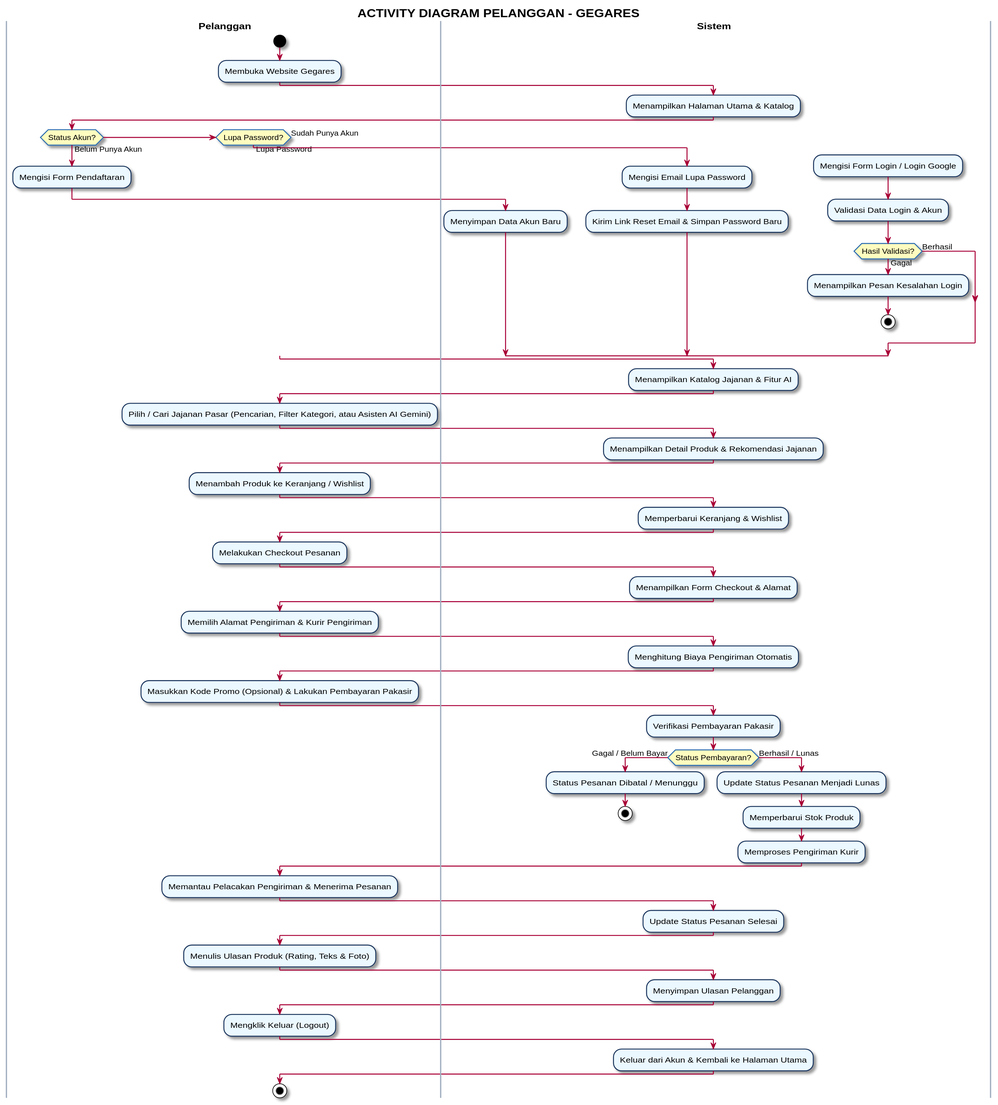
Before: diagrams/activity_diagram_pelanggan.svg, a diagram exported from PlantUML (greedykid/gegares_toko).
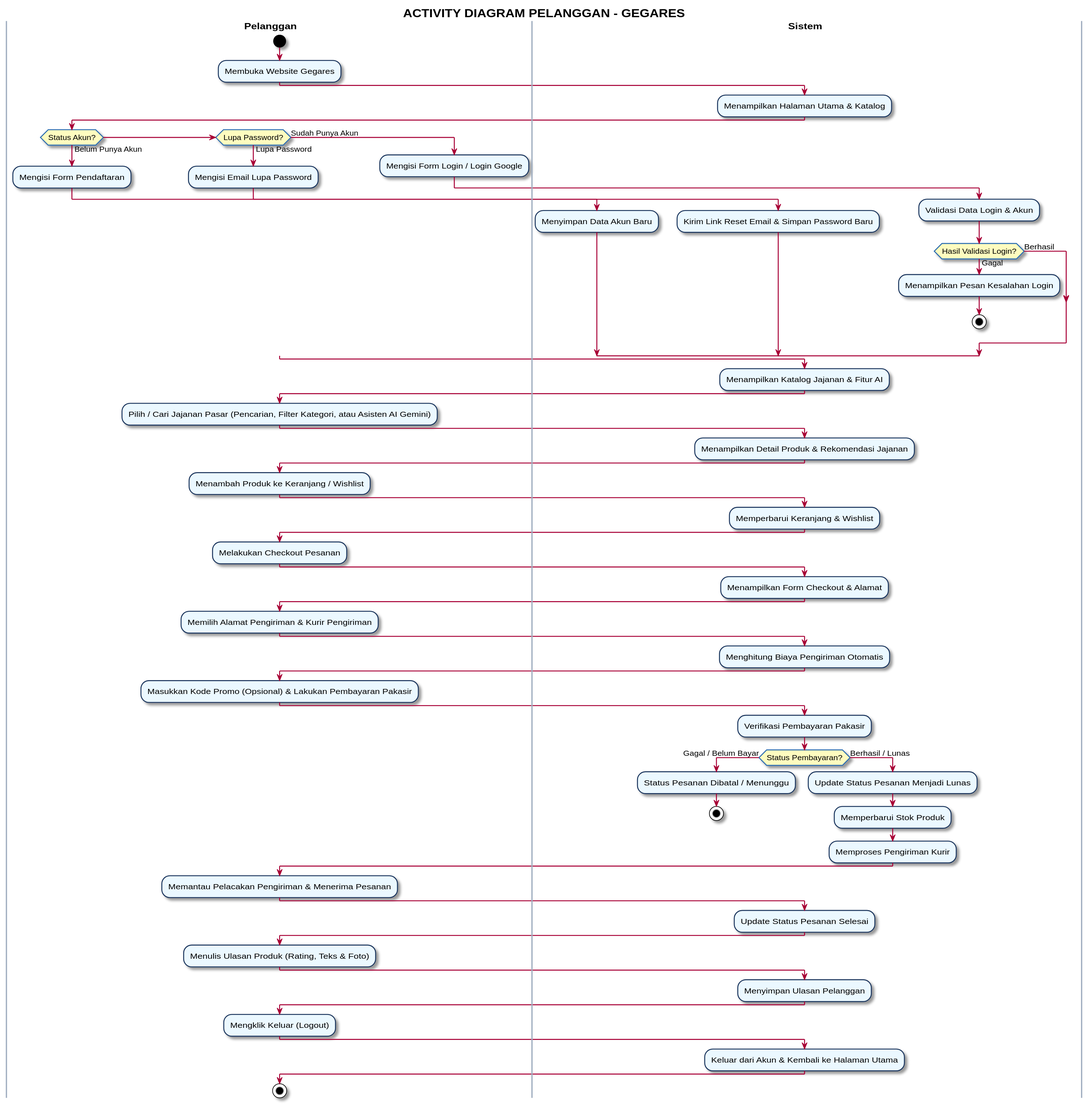
Above is the later version.

Commit message:
fix(diagram): fix missing arrow into login form action node

Diff of the diagram source:
```diff
@@ -22,18 +22,21 @@
 
 |Pelanggan|
 if (Status Akun?) then (Belum Punya Akun)
+  |Pelanggan|
   :Mengisi Form Pendaftaran;
   |Sistem|
   :Menyimpan Data Akun Baru;
 else if (Lupa Password?) then (Lupa Password)
+  |Pelanggan|
   :Mengisi Email Lupa Password;
   |Sistem|
   :Kirim Link Reset Email & Simpan Password Baru;
 else (Sudah Punya Akun)
+  |Pelanggan|
   :Mengisi Form Login / Login Google;
   |Sistem|
   :Validasi Data Login & Akun;
-  if (Hasil Validasi?) then (Gagal)
+  if (Hasil Validasi Login?) then (Gagal)
     :Menampilkan Pesan Kesalahan Login;
     stop
   else (Berhasil)
```
